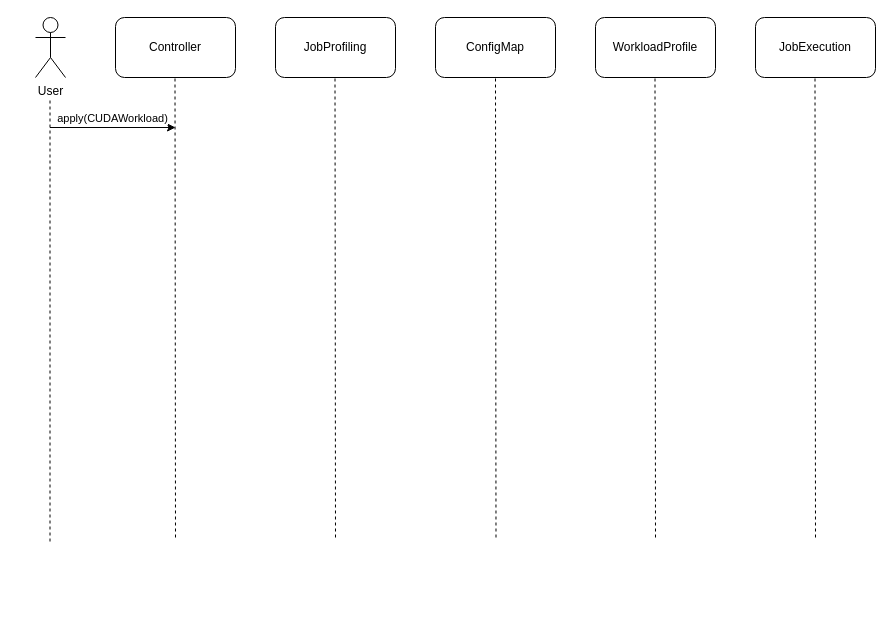
Earlier version of the draw.io diagram page "sequence-diagram" (2 of 2) of docs/assets/architectural-diagram.drawio (chirichexe/kratos). Source tidied: cells renumbered, new cells numbered last; positions are measured from the earlier drawing's top-left corner, leaving out a move shared by most shapes. Both pictures are drawn from the tidied source at 100%, with x=0, y=0 at pixel (35, 17).
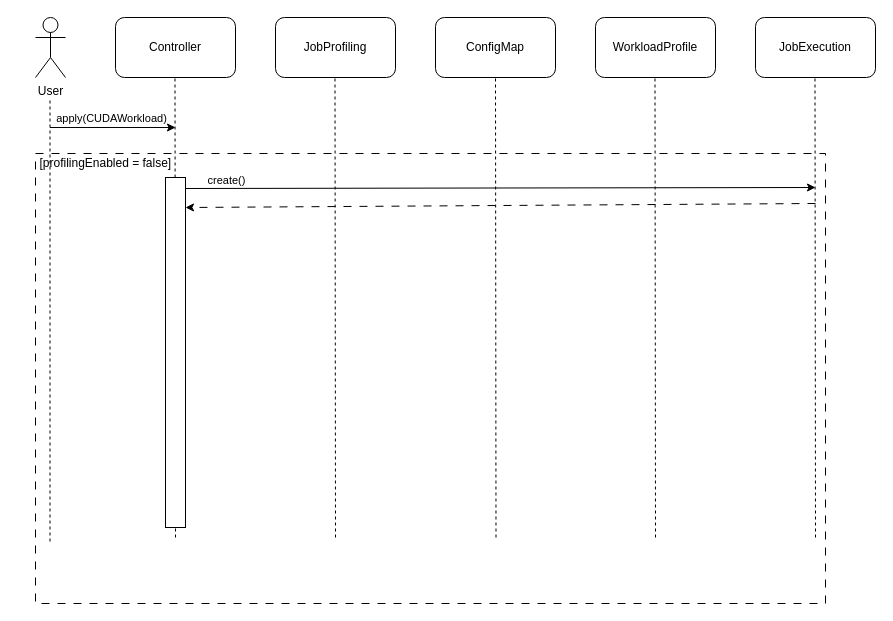
After the change.

Unchanged cells that the change refers to:
```xml
<mxCell id="9" style="group;" parent="1" vertex="1">
  <mxGeometry x="14.5" y="60" width="765.5" height="464" as="geometry" />
</mxCell>
```

Diff of the diagram source:
```diff
@@
+    <mxCell id="18" style="rounded=0;whiteSpace=wrap;html=1;fillColor=none;dashed=1;dashPattern=8 8;" parent="1" vertex="1">
+      <mxGeometry y="136" width="790" height="450" as="geometry" />
+    </mxCell>
@@
-    <mxCell id="16" style="endArrow=classic;html=1;rounded=0;defaultLabelBackgroundColor=page;" parent="9" edge="1">
-      <mxGeometry relative="1" as="geometry">
-        <mxPoint y="50" as="sourcePoint" />
-        <mxPoint x="125.5" y="50" as="targetPoint" />
-      </mxGeometry>
-    </mxCell>
+    <mxCell id="19" style="rounded=0;whiteSpace=wrap;html=1;" parent="1" vertex="1">
+      <mxGeometry x="130" y="160" width="20" height="350" as="geometry" />
+    </mxCell>
+    <mxCell id="20" value="[profilingEnabled = false]&amp;nbsp;" style="text;html=1;whiteSpace=wrap;strokeColor=none;fillColor=none;align=center;verticalAlign=middle;rounded=0;" parent="1" vertex="1">
+      <mxGeometry x="-18" y="131" width="180" height="30" as="geometry" />
+    </mxCell>
+    <mxCell id="21" style="endArrow=classic;html=1;rounded=0;defaultLabelBackgroundColor=page;" parent="1" edge="1">
+      <mxGeometry relative="1" as="geometry">
+        <mxPoint x="14.5" y="110" as="sourcePoint" />
+        <mxPoint x="140" y="110" as="targetPoint" />
+      </mxGeometry>
+    </mxCell>
-    <mxCell id="17" value="apply(CUDAWorkload)" style="edgeLabel;html=1;align=center;verticalAlign=middle;inheritText=1;defaultLabelBackgroundColor=page;" parent="16" vertex="1">
-      <mxGeometry x="-0.7" y="1" relative="1" as="geometry">
-        <mxPoint x="43" y="-9" as="offset" />
+    <mxCell id="17" value="apply(CUDAWorkload)" style="edgeLabel;html=1;align=center;verticalAlign=middle;inheritText=1;defaultLabelBackgroundColor=page;" parent="21" vertex="1">
+      <mxGeometry x="-0.76" y="1" relative="1" as="geometry">
+        <mxPoint x="46" y="-9" as="offset" />
       </mxGeometry>
     </mxCell>
+    <mxCell id="22" style="endArrow=classic;html=1;rounded=0;defaultLabelBackgroundColor=page;" parent="1" edge="1">
+      <mxGeometry relative="1" as="geometry">
+        <mxPoint x="150" y="171" as="sourcePoint" />
+        <mxPoint x="780" y="170" as="targetPoint" />
+      </mxGeometry>
+    </mxCell>
+    <mxCell id="23" value="create()" style="edgeLabel;html=1;align=center;verticalAlign=middle;inheritText=1;defaultLabelBackgroundColor=page;" parent="22" vertex="1">
+      <mxGeometry x="-0.21" y="2" relative="1" as="geometry">
+        <mxPoint x="-208" y="-6" as="offset" />
+      </mxGeometry>
+    </mxCell>
+    <mxCell id="24" style="endArrow=classic;html=1;rounded=0;defaultLabelBackgroundColor=page;dashed=1;dashPattern=8 8;" parent="1" edge="1">
+      <mxGeometry relative="1" as="geometry">
+        <mxPoint x="780" y="186" as="sourcePoint" />
+        <mxPoint x="150" y="190" as="targetPoint" />
+      </mxGeometry>
+    </mxCell>
```
